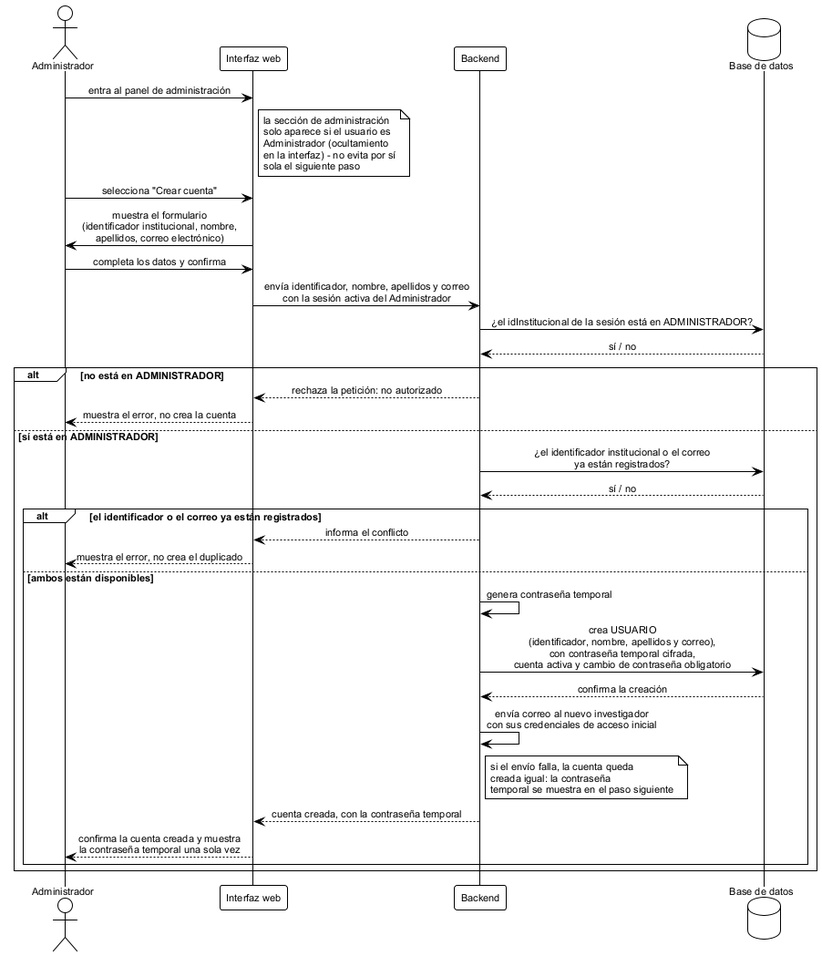
The PlantUML diagram figures/diagramas/seq_crear_cuenta.png in ErickJester/fst-ai-system-latex, before a commit. Its diagram source:
```plantuml
@startuml seq_crear_cuenta

!theme plain
skinparam defaultFontName Arial
skinparam defaultFontSize 11
skinparam shadowing false
skinparam sequenceMessageAlign center
skinparam BoxPadding 10

actor Administrador as admin
participant "Interfaz web" as ui
participant Backend as api
database "Base de datos" as db

admin -> ui: entra al panel de administración
note right of ui
  la sección de administración
  solo aparece si el usuario es
  Administrador (ocultamiento
  en la interfaz) - no evita por sí
  sola el siguiente paso
end note

admin -> ui: selecciona "Crear cuenta"
ui -> admin: muestra el formulario\n(identificador institucional, nombre,\napellidos, correo electrónico)

admin -> ui: completa los datos y confirma
ui -> api: envía identificador, nombre, apellidos y correo\ncon la sesión activa del Administrador

api -> db: ¿el idInstitucional de la sesión está en ADMINISTRADOR?
db --> api: sí / no

alt no está en ADMINISTRADOR
  api --> ui: rechaza la petición: no autorizado
  ui --> admin: muestra el error, no crea la cuenta
else sí está en ADMINISTRADOR
  api -> db: ¿el identificador institucional o el correo\nya están registrados?
  db --> api: sí / no

  alt el identificador o el correo ya están registrados
    api --> ui: informa el conflicto
    ui --> admin: muestra el error, no crea el duplicado
  else ambos están disponibles
    api -> api: genera contraseña temporal
    api -> db: crea USUARIO\n(identificador, nombre, apellidos y correo),\ncon contraseña temporal cifrada,\ncuenta activa y cambio de contraseña obligatorio
    db --> api: confirma la creación
    api -> api: envía correo al nuevo investigador\ncon sus credenciales de acceso inicial
    note right of api
      si el envío falla, la cuenta queda
      creada igual: la contraseña
      temporal se muestra en el paso siguiente
    end note
    api --> ui: cuenta creada, con la contraseña temporal
    ui --> admin: confirma la cuenta creada y muestra\nla contraseña temporal una sola vez
  end
end

@enduml
```
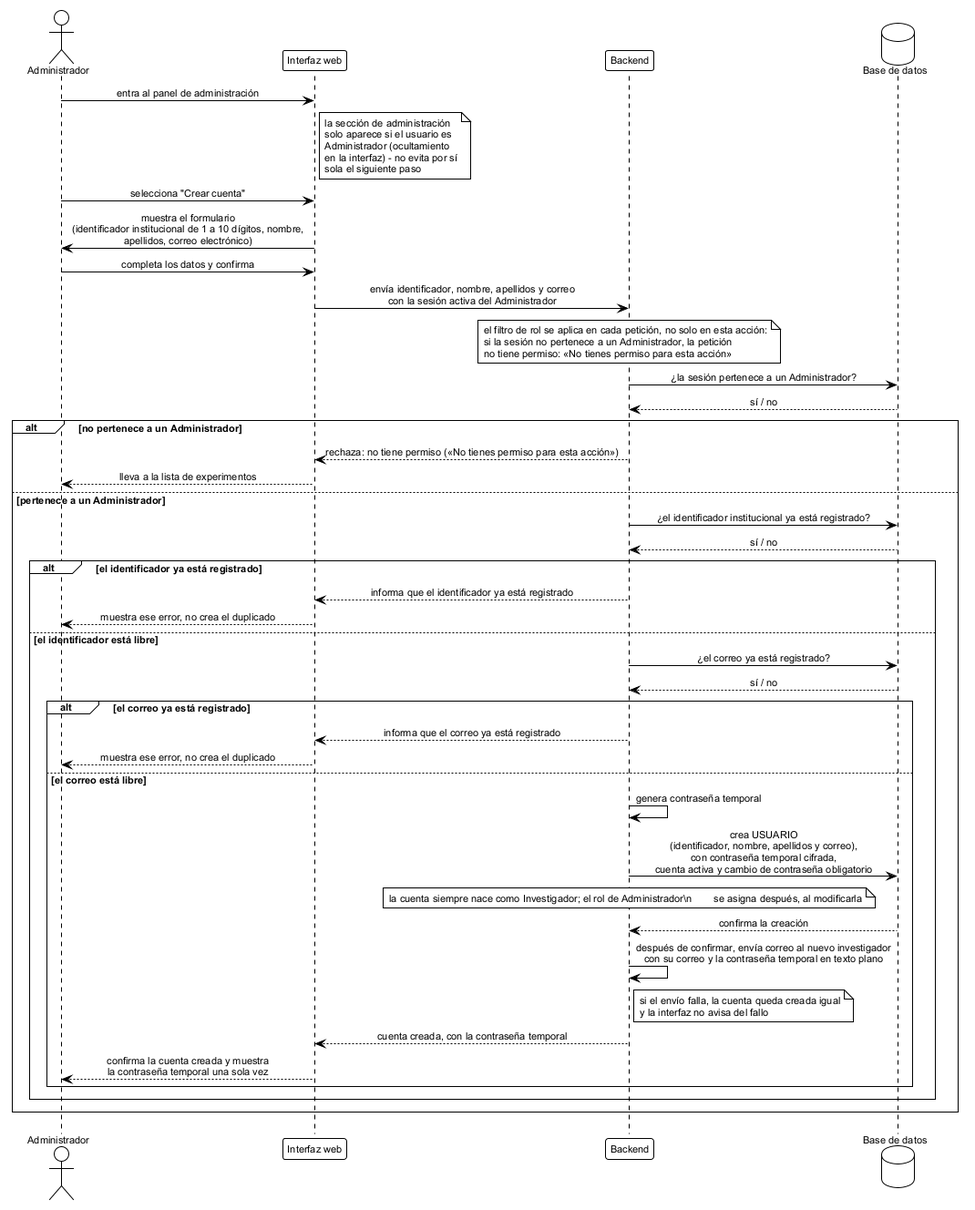
After the change.

Change to the diagram source:
```diff
@@ -22,36 +22,52 @@
 end note
 
 admin -> ui: selecciona "Crear cuenta"
-ui -> admin: muestra el formulario\n(identificador institucional, nombre,\napellidos, correo electrónico)
+ui -> admin: muestra el formulario\n(identificador institucional de 1 a 10 dígitos, nombre,\napellidos, correo electrónico)
 
 admin -> ui: completa los datos y confirma
 ui -> api: envía identificador, nombre, apellidos y correo\ncon la sesión activa del Administrador
 
-api -> db: ¿el idInstitucional de la sesión está en ADMINISTRADOR?
+note over api
+  el filtro de rol se aplica en cada petición, no solo en esta acción:
+  si la sesión no pertenece a un Administrador, la petición
+  no tiene permiso: «No tienes permiso para esta acción»
+end note
+
+api -> db: ¿la sesión pertenece a un Administrador?
 db --> api: sí / no
 
-alt no está en ADMINISTRADOR
-  api --> ui: rechaza la petición: no autorizado
-  ui --> admin: muestra el error, no crea la cuenta
-else sí está en ADMINISTRADOR
-  api -> db: ¿el identificador institucional o el correo\nya están registrados?
+alt no pertenece a un Administrador
+  api --> ui: rechaza: no tiene permiso («No tienes permiso para esta acción»)
+  ui --> admin: lleva a la lista de experimentos
+else pertenece a un Administrador
+  api -> db: ¿el identificador institucional ya está registrado?
   db --> api: sí / no
 
-  alt el identificador o el correo ya están registrados
-    api --> ui: informa el conflicto
-    ui --> admin: muestra el error, no crea el duplicado
-  else ambos están disponibles
-    api -> api: genera contraseña temporal
-    api -> db: crea USUARIO\n(identificador, nombre, apellidos y correo),\ncon contraseña temporal cifrada,\ncuenta activa y cambio de contraseña obligatorio
-    db --> api: confirma la creación
-    api -> api: envía correo al nuevo investigador\ncon sus credenciales de acceso inicial
-    note right of api
-      si el envío falla, la cuenta queda
-      creada igual: la contraseña
-      temporal se muestra en el paso siguiente
-    end note
-    api --> ui: cuenta creada, con la contraseña temporal
-    ui --> admin: confirma la cuenta creada y muestra\nla contraseña temporal una sola vez
+  alt el identificador ya está registrado
+    api --> ui: informa que el identificador ya está registrado
+    ui --> admin: muestra ese error, no crea el duplicado
+  else el identificador está libre
+    api -> db: ¿el correo ya está registrado?
+    db --> api: sí / no
+
+    alt el correo ya está registrado
+      api --> ui: informa que el correo ya está registrado
+      ui --> admin: muestra ese error, no crea el duplicado
+    else el correo está libre
+      api -> api: genera contraseña temporal
+      api -> db: crea USUARIO\n(identificador, nombre, apellidos y correo),\ncon contraseña temporal cifrada,\ncuenta activa y cambio de contraseña obligatorio
+      note over api
+        la cuenta siempre nace como Investigador; el rol de Administrador\n        se asigna después, al modificarla
+      end note
+      db --> api: confirma la creación
+      api -> api: después de confirmar, envía correo al nuevo investigador\ncon su correo y la contraseña temporal en texto plano
+      note right of api
+        si el envío falla, la cuenta queda creada igual
+        y la interfaz no avisa del fallo
+      end note
+      api --> ui: cuenta creada, con la contraseña temporal
+      ui --> admin: confirma la cuenta creada y muestra\nla contraseña temporal una sola vez
+    end
   end
 end
 
```
